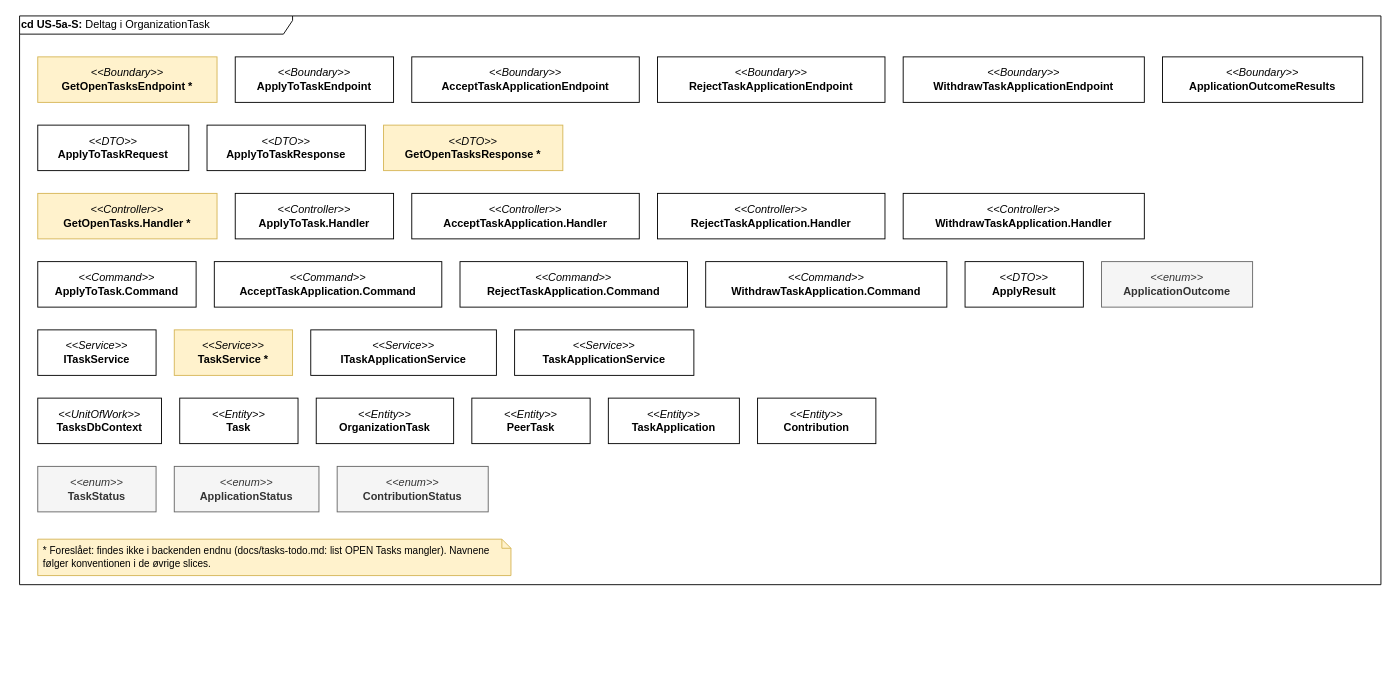
This is page "2 - Klasser" (2 of 4) of drawio/Applikationsmodeller/US5a/BE/US5a_3_WithdrawApplication.drawio from Echo-AU/artifacts, a draw.io file, before an edit. Source tidied: cells renumbered, new cells numbered last; positions are measured from the earlier drawing's top-left corner, leaving out a move shared by most shapes. Both pictures are drawn from the tidied source at 91%, with x=0, y=0 at pixel (19, 15).
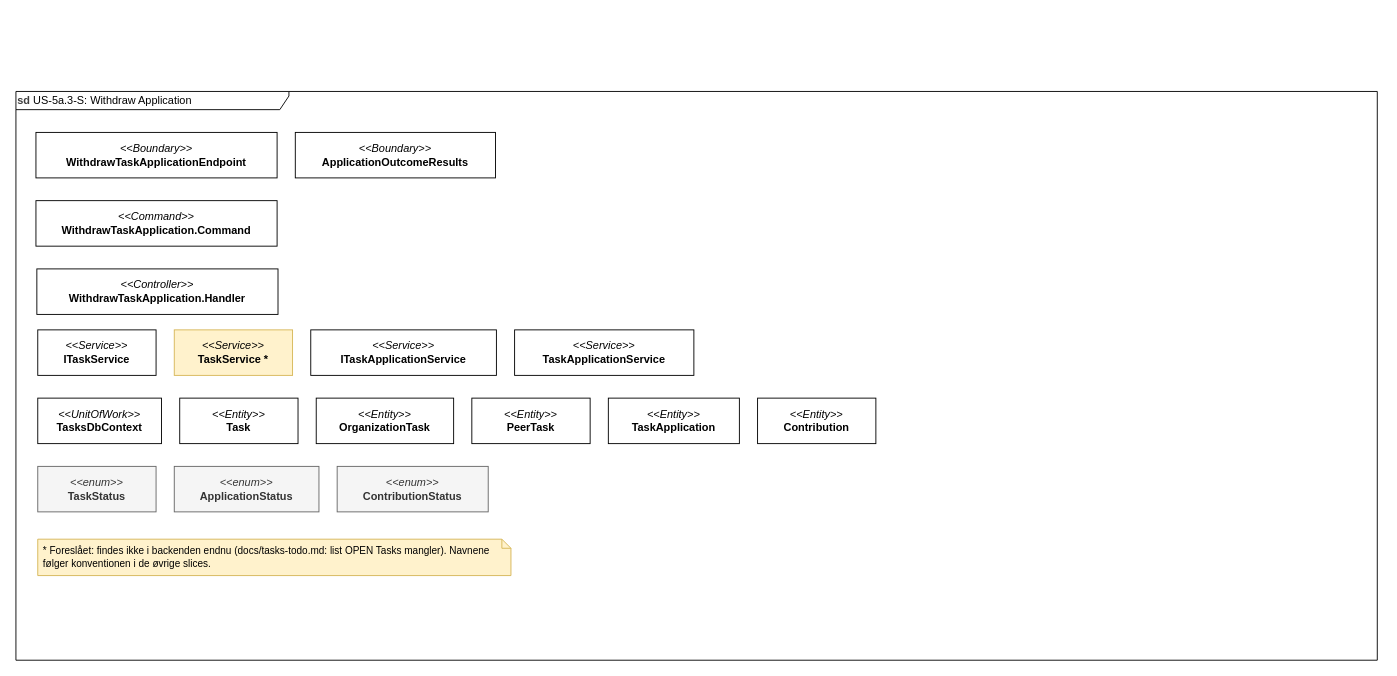
The same page after the edit.

Commit message (it also covers changes not shown here):
feat: US5a-3-Withdraw application

What changed in the source:
```diff
@@
-    <mxCell id="2" value="&lt;b&gt;cd US-5a-S: &lt;/b&gt;Deltag i OrganizationTask" style="shape=umlFrame;whiteSpace=wrap;html=1;width=300;height=20;align=left;" parent="1" vertex="1">
-      <mxGeometry width="1496" height="625" as="geometry" />
+    <mxCell id="2" value="&lt;b style=&quot;color: rgb(63, 63, 63); scrollbar-color: rgba(98, 104, 128, 0.5) rgb(48, 52, 70); text-align: center;&quot;&gt;sd&lt;/b&gt;&lt;span style=&quot;color: rgb(0, 0, 0); text-align: center;&quot;&gt; US-5a.3-S: Withdraw Application&lt;/span&gt;" style="shape=umlFrame;whiteSpace=wrap;html=1;width=300;height=20;align=left;" parent="1" vertex="1">
+      <mxGeometry x="-4" y="83" width="1496" height="625" as="geometry" />
     </mxCell>
-    <mxCell id="3" value="&lt;span style=&quot;font-weight: normal;&quot;&gt;&lt;i&gt;&amp;lt;&amp;lt;Boundary&amp;gt;&amp;gt;&lt;/i&gt;&lt;/span&gt;&lt;div&gt;GetOpenTasksEndpoint *&lt;/div&gt;" style="rounded=0;whiteSpace=wrap;html=1;fontStyle=1;fillColor=#fff2cc;strokeColor=#d6b656;" parent="1" vertex="1">
-      <mxGeometry x="20" y="45" width="197" height="50" as="geometry" />
-    </mxCell>
-    <mxCell id="4" value="&lt;span style=&quot;font-weight: normal;&quot;&gt;&lt;i&gt;&amp;lt;&amp;lt;Boundary&amp;gt;&amp;gt;&lt;/i&gt;&lt;/span&gt;&lt;div&gt;ApplyToTaskEndpoint&lt;/div&gt;" style="rounded=0;whiteSpace=wrap;html=1;fontStyle=1;" parent="1" vertex="1">
-      <mxGeometry x="237" y="45" width="174" height="50" as="geometry" />
-    </mxCell>
-    <mxCell id="5" value="&lt;span style=&quot;font-weight: normal;&quot;&gt;&lt;i&gt;&amp;lt;&amp;lt;Boundary&amp;gt;&amp;gt;&lt;/i&gt;&lt;/span&gt;&lt;div&gt;AcceptTaskApplicationEndpoint&lt;/div&gt;" style="rounded=0;whiteSpace=wrap;html=1;fontStyle=1;" parent="1" vertex="1">
-      <mxGeometry x="431" y="45" width="250" height="50" as="geometry" />
-    </mxCell>
-    <mxCell id="6" value="&lt;span style=&quot;font-weight: normal;&quot;&gt;&lt;i&gt;&amp;lt;&amp;lt;Boundary&amp;gt;&amp;gt;&lt;/i&gt;&lt;/span&gt;&lt;div&gt;RejectTaskApplicationEndpoint&lt;/div&gt;" style="rounded=0;whiteSpace=wrap;html=1;fontStyle=1;" parent="1" vertex="1">
-      <mxGeometry x="701" y="45" width="250" height="50" as="geometry" />
-    </mxCell>
     <mxCell id="7" value="&lt;span style=&quot;font-weight: normal;&quot;&gt;&lt;i&gt;&amp;lt;&amp;lt;Boundary&amp;gt;&amp;gt;&lt;/i&gt;&lt;/span&gt;&lt;div&gt;WithdrawTaskApplicationEndpoint&lt;/div&gt;" style="rounded=0;whiteSpace=wrap;html=1;fontStyle=1;" parent="1" vertex="1">
-      <mxGeometry x="971" y="45" width="265" height="50" as="geometry" />
+      <mxGeometry x="18" y="128" width="265" height="50" as="geometry" />
     </mxCell>
     <mxCell id="8" value="&lt;span style=&quot;font-weight: normal;&quot;&gt;&lt;i&gt;&amp;lt;&amp;lt;Boundary&amp;gt;&amp;gt;&lt;/i&gt;&lt;/span&gt;&lt;div&gt;ApplicationOutcomeResults&lt;/div&gt;" style="rounded=0;whiteSpace=wrap;html=1;fontStyle=1;" parent="1" vertex="1">
-      <mxGeometry x="1256" y="45" width="220" height="50" as="geometry" />
+      <mxGeometry x="303" y="128" width="220" height="50" as="geometry" />
     </mxCell>
-    <mxCell id="9" value="&lt;span style=&quot;font-weight: normal;&quot;&gt;&lt;i&gt;&amp;lt;&amp;lt;DTO&amp;gt;&amp;gt;&lt;/i&gt;&lt;/span&gt;&lt;div&gt;ApplyToTaskRequest&lt;/div&gt;" style="rounded=0;whiteSpace=wrap;html=1;fontStyle=1;" parent="1" vertex="1">
-      <mxGeometry x="20" y="120" width="166" height="50" as="geometry" />
-    </mxCell>
-    <mxCell id="10" value="&lt;span style=&quot;font-weight: normal;&quot;&gt;&lt;i&gt;&amp;lt;&amp;lt;DTO&amp;gt;&amp;gt;&lt;/i&gt;&lt;/span&gt;&lt;div&gt;ApplyToTaskResponse&lt;/div&gt;" style="rounded=0;whiteSpace=wrap;html=1;fontStyle=1;" parent="1" vertex="1">
-      <mxGeometry x="206" y="120" width="174" height="50" as="geometry" />
-    </mxCell>
-    <mxCell id="11" value="&lt;span style=&quot;font-weight: normal;&quot;&gt;&lt;i&gt;&amp;lt;&amp;lt;DTO&amp;gt;&amp;gt;&lt;/i&gt;&lt;/span&gt;&lt;div&gt;GetOpenTasksResponse *&lt;/div&gt;" style="rounded=0;whiteSpace=wrap;html=1;fontStyle=1;fillColor=#fff2cc;strokeColor=#d6b656;" parent="1" vertex="1">
-      <mxGeometry x="400" y="120" width="197" height="50" as="geometry" />
-    </mxCell>
-    <mxCell id="12" value="&lt;span style=&quot;font-weight: normal;&quot;&gt;&lt;i&gt;&amp;lt;&amp;lt;Controller&amp;gt;&amp;gt;&lt;/i&gt;&lt;/span&gt;&lt;div&gt;GetOpenTasks.Handler *&lt;/div&gt;" style="rounded=0;whiteSpace=wrap;html=1;fontStyle=1;fillColor=#fff2cc;strokeColor=#d6b656;" parent="1" vertex="1">
-      <mxGeometry x="20" y="195" width="197" height="50" as="geometry" />
-    </mxCell>
-    <mxCell id="13" value="&lt;span style=&quot;font-weight: normal;&quot;&gt;&lt;i&gt;&amp;lt;&amp;lt;Controller&amp;gt;&amp;gt;&lt;/i&gt;&lt;/span&gt;&lt;div&gt;ApplyToTask.Handler&lt;/div&gt;" style="rounded=0;whiteSpace=wrap;html=1;fontStyle=1;" parent="1" vertex="1">
-      <mxGeometry x="237" y="195" width="174" height="50" as="geometry" />
-    </mxCell>
-    <mxCell id="14" value="&lt;span style=&quot;font-weight: normal;&quot;&gt;&lt;i&gt;&amp;lt;&amp;lt;Controller&amp;gt;&amp;gt;&lt;/i&gt;&lt;/span&gt;&lt;div&gt;AcceptTaskApplication.Handler&lt;/div&gt;" style="rounded=0;whiteSpace=wrap;html=1;fontStyle=1;" parent="1" vertex="1">
-      <mxGeometry x="431" y="195" width="250" height="50" as="geometry" />
-    </mxCell>
-    <mxCell id="15" value="&lt;span style=&quot;font-weight: normal;&quot;&gt;&lt;i&gt;&amp;lt;&amp;lt;Controller&amp;gt;&amp;gt;&lt;/i&gt;&lt;/span&gt;&lt;div&gt;RejectTaskApplication.Handler&lt;/div&gt;" style="rounded=0;whiteSpace=wrap;html=1;fontStyle=1;" parent="1" vertex="1">
-      <mxGeometry x="701" y="195" width="250" height="50" as="geometry" />
-    </mxCell>
     <mxCell id="16" value="&lt;span style=&quot;font-weight: normal;&quot;&gt;&lt;i&gt;&amp;lt;&amp;lt;Controller&amp;gt;&amp;gt;&lt;/i&gt;&lt;/span&gt;&lt;div&gt;WithdrawTaskApplication.Handler&lt;/div&gt;" style="rounded=0;whiteSpace=wrap;html=1;fontStyle=1;" parent="1" vertex="1">
-      <mxGeometry x="971" y="195" width="265" height="50" as="geometry" />
+      <mxGeometry x="19" y="278" width="265" height="50" as="geometry" />
     </mxCell>
-    <mxCell id="17" value="&lt;span style=&quot;font-weight: normal;&quot;&gt;&lt;i&gt;&amp;lt;&amp;lt;Command&amp;gt;&amp;gt;&lt;/i&gt;&lt;/span&gt;&lt;div&gt;ApplyToTask.Command&lt;/div&gt;" style="rounded=0;whiteSpace=wrap;html=1;fontStyle=1;" parent="1" vertex="1">
-      <mxGeometry x="20" y="270" width="174" height="50" as="geometry" />
-    </mxCell>
-    <mxCell id="18" value="&lt;span style=&quot;font-weight: normal;&quot;&gt;&lt;i&gt;&amp;lt;&amp;lt;Command&amp;gt;&amp;gt;&lt;/i&gt;&lt;/span&gt;&lt;div&gt;AcceptTaskApplication.Command&lt;/div&gt;" style="rounded=0;whiteSpace=wrap;html=1;fontStyle=1;" parent="1" vertex="1">
-      <mxGeometry x="214" y="270" width="250" height="50" as="geometry" />
-    </mxCell>
-    <mxCell id="19" value="&lt;span style=&quot;font-weight: normal;&quot;&gt;&lt;i&gt;&amp;lt;&amp;lt;Command&amp;gt;&amp;gt;&lt;/i&gt;&lt;/span&gt;&lt;div&gt;RejectTaskApplication.Command&lt;/div&gt;" style="rounded=0;whiteSpace=wrap;html=1;fontStyle=1;" parent="1" vertex="1">
-      <mxGeometry x="484" y="270" width="250" height="50" as="geometry" />
-    </mxCell>
     <mxCell id="20" value="&lt;span style=&quot;font-weight: normal;&quot;&gt;&lt;i&gt;&amp;lt;&amp;lt;Command&amp;gt;&amp;gt;&lt;/i&gt;&lt;/span&gt;&lt;div&gt;WithdrawTaskApplication.Command&lt;/div&gt;" style="rounded=0;whiteSpace=wrap;html=1;fontStyle=1;" parent="1" vertex="1">
-      <mxGeometry x="754" y="270" width="265" height="50" as="geometry" />
+      <mxGeometry x="18" y="203" width="265" height="50" as="geometry" />
     </mxCell>
-    <mxCell id="21" value="&lt;span style=&quot;font-weight: normal;&quot;&gt;&lt;i&gt;&amp;lt;&amp;lt;DTO&amp;gt;&amp;gt;&lt;/i&gt;&lt;/span&gt;&lt;div&gt;ApplyResult&lt;/div&gt;" style="rounded=0;whiteSpace=wrap;html=1;fontStyle=1;" parent="1" vertex="1">
-      <mxGeometry x="1039" y="270" width="130" height="50" as="geometry" />
-    </mxCell>
-    <mxCell id="22" value="&lt;span style=&quot;font-weight: normal;&quot;&gt;&lt;i&gt;&amp;lt;&amp;lt;enum&amp;gt;&amp;gt;&lt;/i&gt;&lt;/span&gt;&lt;div&gt;ApplicationOutcome&lt;/div&gt;" style="rounded=0;whiteSpace=wrap;html=1;fontStyle=1;fillColor=#f5f5f5;strokeColor=#666666;fontColor=#333333;" parent="1" vertex="1">
-      <mxGeometry x="1189" y="270" width="166" height="50" as="geometry" />
-    </mxCell>
```
